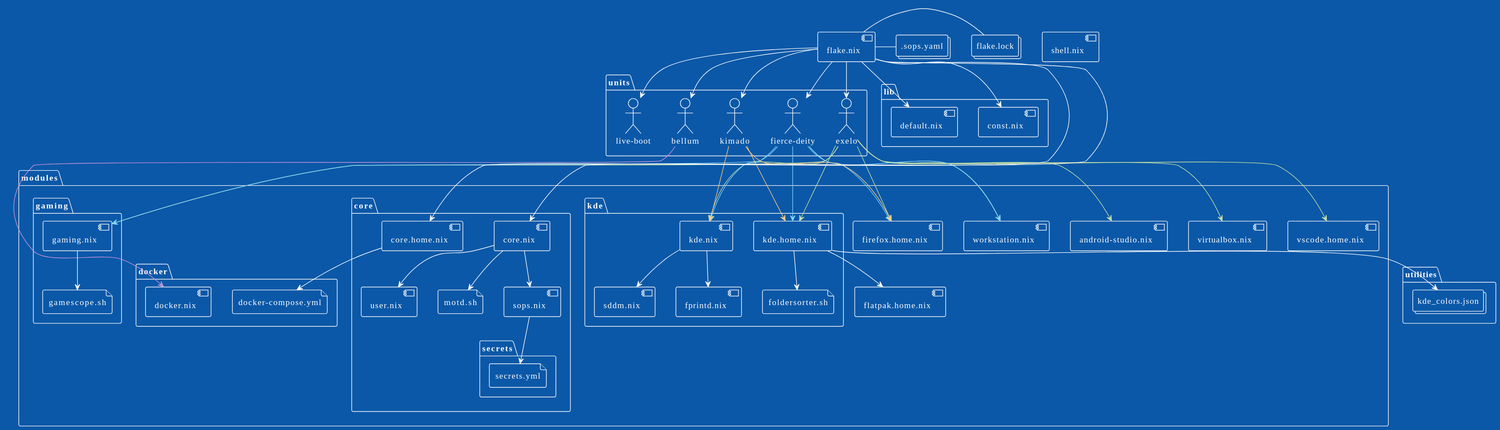
auroreLeclerc/nix-inventory keeps this PlantUML diagram as utilities/inventory.svg. Above is the earlier version.
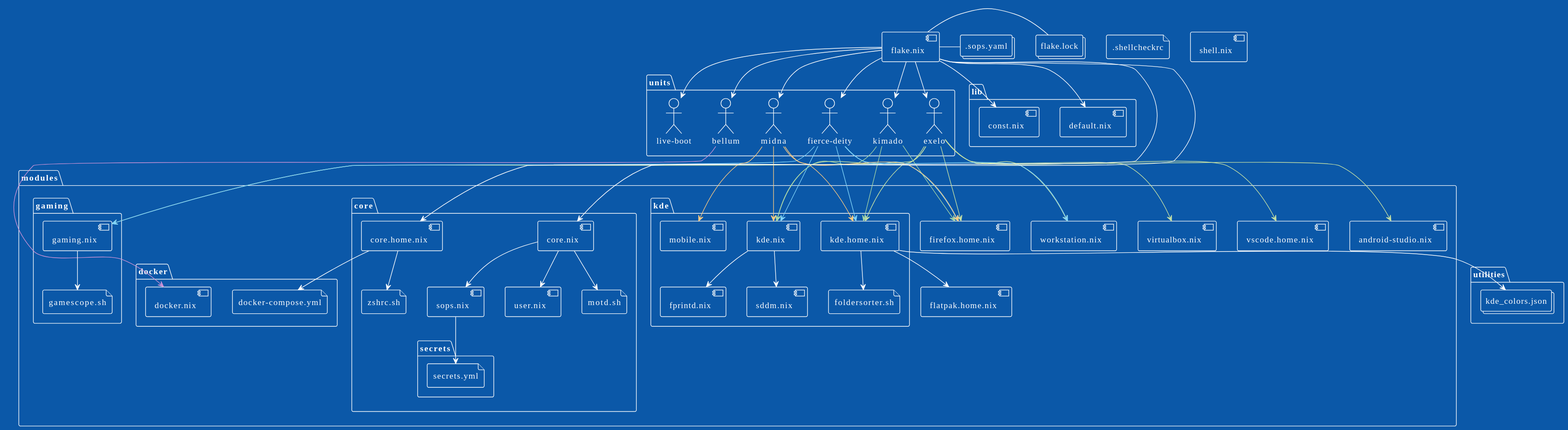
Above is the later version.

The edit, as a diff of the source:
```diff
@@ -6,6 +6,7 @@
 actor "live-boot" as c7d5751343a9ead629f775ba9b9af9cf
 actor "kimado" as 1396d7d4092f9152f5759496564121cd
 actor "bellum" as 20a158b77d6ce48a8335b7e769c66846
+actor "midna" as 63f8d8e44685a13b538d30e2a0812668
 }
 component "flake.nix" as 3cfc5eb99249add5b61f5348132a1e77
 folder "lib" {
@@ -13,6 +14,7 @@
    component "default.nix" as 68e512ab9f77fd39f3722c23b9768434
 }
 collections ".sops.yaml" as 91f6f5e8b87d05d919871a4550a6fc38
+file ".shellcheckrc" as a8745e5a05e7228870daeca936a7dcec
 component "shell.nix" as 97c7e481026e36daa7b31230c6c6aadc
 folder "utilities" {
    collections "kde_colors.json" as 31b20c96119be911606aa1b692b28ba5
@@ -26,6 +28,7 @@
    folder "core" {
       component "user.nix" as e48a789aa9c3b1358cf051feee2e878a
       component "core.home.nix" as d418baa43b11df0205fd0d8001cf7901
+      file "zshrc.sh" as 7eb8b1eccd344747a8b685427d1c8d47
       file "motd.sh" as c82c7c2583c0b9ccbee6e5f55451c0f6
       folder "secrets" {
          file "secrets.yml" as fedff914d02561f998eabdacb5cefebd
@@ -39,6 +42,7 @@
    folder "kde" {
       component "fprintd.nix" as 0fb371a9afb97f3c276f57e82617e12d
       component "sddm.nix" as 5ebad3bd91a08cf55c56e207db927f8e
+      component "mobile.nix" as 8d2c80d6e09dc0fe9680025161c2f7f7
       component "kde.nix" as 33998a49668889da1de8827630f29048
       component "kde.home.nix" as 34f24b42df06d195232b3481cc71827b
       file "foldersorter.sh" as ad183a934b3ffac1938f0162d6a8a65b
@@ -64,10 +68,14 @@
 c4bab5bd2a813b4140b129fe0e3fb658 -[#81D4FA]-> 5a0152e173cf79e753b825a5923741a1
 c4bab5bd2a813b4140b129fe0e3fb658 -[#81D4FA]-> 34f24b42df06d195232b3481cc71827b
 c4bab5bd2a813b4140b129fe0e3fb658 -[#81D4FA]-> 38cffe16d01eb2da09feac707c1aaa76
-1396d7d4092f9152f5759496564121cd -[#FFCC80]-> 33998a49668889da1de8827630f29048
-1396d7d4092f9152f5759496564121cd -[#FFCC80]-> 34f24b42df06d195232b3481cc71827b
-1396d7d4092f9152f5759496564121cd -[#FFCC80]-> 38cffe16d01eb2da09feac707c1aaa76
+1396d7d4092f9152f5759496564121cd -[#A5D6A7]-> 33998a49668889da1de8827630f29048
+1396d7d4092f9152f5759496564121cd -[#A5D6A7]-> 34f24b42df06d195232b3481cc71827b
+1396d7d4092f9152f5759496564121cd -[#A5D6A7]-> 38cffe16d01eb2da09feac707c1aaa76
 20a158b77d6ce48a8335b7e769c66846 -[#CE93D8]-> b2d542b35b19bbc557679612f5768653
+63f8d8e44685a13b538d30e2a0812668 -[#FFCC80]-> 33998a49668889da1de8827630f29048
+63f8d8e44685a13b538d30e2a0812668 -[#FFCC80]-> 8d2c80d6e09dc0fe9680025161c2f7f7
+63f8d8e44685a13b538d30e2a0812668 -[#FFCC80]-> 34f24b42df06d195232b3481cc71827b
+63f8d8e44685a13b538d30e2a0812668 -[#FFCC80]-> 38cffe16d01eb2da09feac707c1aaa76
 3cfc5eb99249add5b61f5348132a1e77 --> 68e512ab9f77fd39f3722c23b9768434
 3cfc5eb99249add5b61f5348132a1e77 --> 42685639631220987acd22a87135e57c
 3cfc5eb99249add5b61f5348132a1e77 --> d418baa43b11df0205fd0d8001cf7901
@@ -76,9 +84,11 @@
 3cfc5eb99249add5b61f5348132a1e77 --> c7d5751343a9ead629f775ba9b9af9cf
 3cfc5eb99249add5b61f5348132a1e77 --> 1396d7d4092f9152f5759496564121cd
 3cfc5eb99249add5b61f5348132a1e77 --> 20a158b77d6ce48a8335b7e769c66846
+3cfc5eb99249add5b61f5348132a1e77 --> 63f8d8e44685a13b538d30e2a0812668
 3cfc5eb99249add5b61f5348132a1e77 --> 6aafb3be03e9429fda102521e26edd7b
 cc648f4643baab83856cbb1aee4c03ef --> 07bb30b5069aacb10b5677e227bfbeb4
 d418baa43b11df0205fd0d8001cf7901 --> 6c4723ada97bf32b316ca223382b50ed
+d418baa43b11df0205fd0d8001cf7901 --> 7eb8b1eccd344747a8b685427d1c8d47
 6aafb3be03e9429fda102521e26edd7b --> c82c7c2583c0b9ccbee6e5f55451c0f6
 6aafb3be03e9429fda102521e26edd7b --> e48a789aa9c3b1358cf051feee2e878a
 6aafb3be03e9429fda102521e26edd7b --> 20147c29130fca277ea17de5d4ba1678
```
